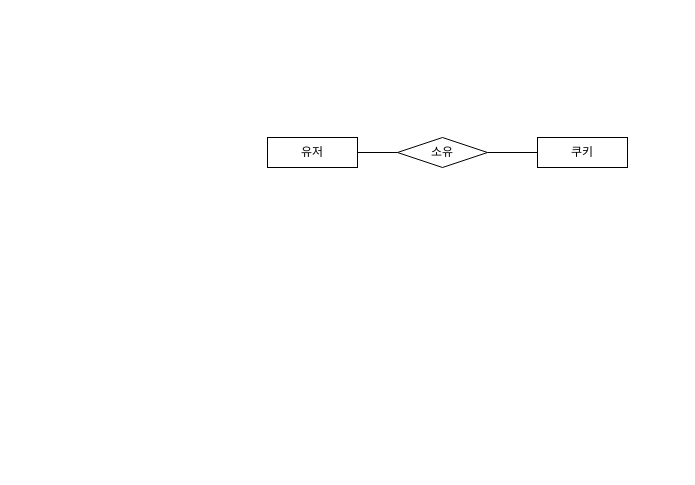
The draw.io diagram 제목 없는 다이어그램.drawio in breeze234/web1, before the edit. Source tidied: cells renumbered, new cells numbered last; positions are measured from the earlier drawing's top-left corner, leaving out a move shared by most shapes. Both pictures are drawn from the tidied source at 100%, with x=0, y=0 at pixel (267, 137).
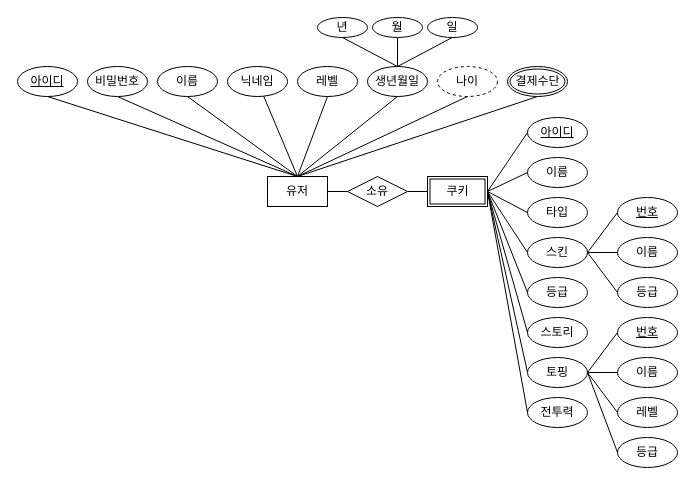
After the change.

Commit message (it also covers changes not shown here):
ER모델.drawio 업데이트

The edit, as a diff of the source:
```diff
@@
+    <mxCell id="6" style="whiteSpace=wrap;html=1;" parent="1" vertex="1">
+      <mxGeometry x="160" y="39" width="60" height="30" as="geometry" />
+    </mxCell>
-    <mxCell id="2" style="edgeStyle=orthogonalEdgeStyle;rounded=0;jettySize=auto;html=1;endArrow=none;endFill=0;" parent="1" edge="1" source="3" target="5">
-      <mxGeometry relative="1" as="geometry" />
+    <mxCell id="2" style="edgeStyle=orthogonalEdgeStyle;rounded=0;jettySize=auto;html=1;endArrow=none;endFill=0;" parent="1" edge="1" source="3">
+      <mxGeometry relative="1" as="geometry">
+        <mxPoint x="80" y="54" as="targetPoint" />
+      </mxGeometry>
     </mxCell>
+    <mxCell id="7" style="shape=connector;rounded=0;jettySize=auto;html=1;labelBackgroundColor=default;strokeColor=default;fontFamily=Helvetica;fontSize=11;fontColor=default;endArrow=none;endFill=0;" parent="1" edge="1" target="9">
+      <mxGeometry relative="1" as="geometry">
+        <mxPoint x="30" y="39" as="sourcePoint" />
+      </mxGeometry>
+    </mxCell>
     <mxCell id="3" value="유저" style="whiteSpace=wrap;html=1;align=center;" parent="1" vertex="1">
-      <mxGeometry width="90" height="30" as="geometry" />
+      <mxGeometry y="39" width="60" height="30" as="geometry" />
     </mxCell>
-    <mxCell id="4" style="edgeStyle=orthogonalEdgeStyle;shape=connector;rounded=0;jettySize=auto;html=1;labelBackgroundColor=default;strokeColor=default;fontFamily=Helvetica;fontSize=11;fontColor=default;endArrow=none;endFill=0;" parent="1" edge="1" source="5" target="6">
-      <mxGeometry relative="1" as="geometry" />
+    <mxCell id="4" style="edgeStyle=orthogonalEdgeStyle;shape=connector;rounded=0;orthogonalLoop=1;jettySize=auto;html=1;labelBackgroundColor=default;strokeColor=default;fontFamily=Helvetica;fontSize=11;fontColor=default;endArrow=none;endFill=0;" parent="1" edge="1">
+      <mxGeometry relative="1" as="geometry">
+        <mxPoint x="140" y="54" as="sourcePoint" />
+        <mxPoint x="160" y="54" as="targetPoint" />
+      </mxGeometry>
     </mxCell>
     <mxCell id="5" value="소유" style="rhombus;whiteSpace=wrap;html=1;" parent="1" vertex="1">
-      <mxGeometry x="130" width="90" height="30" as="geometry" />
+      <mxGeometry x="80" y="39" width="60" height="30" as="geometry" />
     </mxCell>
-    <mxCell id="6" value="쿠키" style="whiteSpace=wrap;html=1;" parent="1" vertex="1">
-      <mxGeometry x="270" width="90" height="30" as="geometry" />
-    </mxCell>
+    <mxCell id="8" style="shape=connector;rounded=0;jettySize=auto;html=1;labelBackgroundColor=default;strokeColor=default;fontFamily=Helvetica;fontSize=11;fontColor=default;endArrow=none;endFill=0;exitX=0.5;exitY=0;exitDx=0;exitDy=0;entryX=0.5;entryY=1;entryDx=0;entryDy=0;" parent="1" edge="1" source="3" target="11">
+      <mxGeometry relative="1" as="geometry" />
+    </mxCell>
+    <mxCell id="9" value="닉네임" style="ellipse;whiteSpace=wrap;html=1;" parent="1" vertex="1">
+      <mxGeometry x="-40" y="-71" width="60" height="30" as="geometry" />
+    </mxCell>
+    <mxCell id="10" style="shape=connector;rounded=0;jettySize=auto;html=1;labelBackgroundColor=default;strokeColor=default;fontFamily=Helvetica;fontSize=11;fontColor=default;endArrow=none;endFill=0;entryX=0.5;entryY=1;entryDx=0;entryDy=0;exitX=0.5;exitY=0;exitDx=0;exitDy=0;" parent="1" edge="1" source="3" target="13">
+      <mxGeometry relative="1" as="geometry" />
+    </mxCell>
+    <mxCell id="11" value="이름" style="ellipse;whiteSpace=wrap;html=1;" parent="1" vertex="1">
+      <mxGeometry x="-110" y="-71" width="60" height="30" as="geometry" />
+    </mxCell>
+    <mxCell id="12" style="shape=connector;rounded=0;jettySize=auto;html=1;labelBackgroundColor=default;strokeColor=default;fontFamily=Helvetica;fontSize=11;fontColor=default;endArrow=none;endFill=0;entryX=0.5;entryY=1;entryDx=0;entryDy=0;exitX=0.5;exitY=0;exitDx=0;exitDy=0;" parent="1" edge="1" source="3" target="14">
+      <mxGeometry relative="1" as="geometry" />
+    </mxCell>
+    <mxCell id="13" value="비밀번호" style="ellipse;whiteSpace=wrap;html=1;" parent="1" vertex="1">
+      <mxGeometry x="-180" y="-71" width="60" height="30" as="geometry" />
+    </mxCell>
+    <mxCell id="14" value="&lt;u&gt;아이디&lt;/u&gt;" style="ellipse;whiteSpace=wrap;html=1;" parent="1" vertex="1">
+      <mxGeometry x="-250" y="-71" width="60" height="30" as="geometry" />
+    </mxCell>
+    <mxCell id="15" value="레벨" style="ellipse;whiteSpace=wrap;html=1;" parent="1" vertex="1">
+      <mxGeometry x="30" y="-71" width="60" height="30" as="geometry" />
+    </mxCell>
+    <mxCell id="16" value="생년월일" style="ellipse;whiteSpace=wrap;html=1;" parent="1" vertex="1">
+      <mxGeometry x="100" y="-71" width="60" height="30" as="geometry" />
+    </mxCell>
+    <mxCell id="17" value="나이" style="ellipse;whiteSpace=wrap;html=1;dashed=1;" parent="1" vertex="1">
+      <mxGeometry x="170" y="-71" width="60" height="30" as="geometry" />
+    </mxCell>
+    <mxCell id="18" style="ellipse;whiteSpace=wrap;html=1;" parent="1" vertex="1">
+      <mxGeometry x="240" y="-71" width="60" height="30" as="geometry" />
+    </mxCell>
+    <mxCell id="19" style="shape=connector;rounded=0;jettySize=auto;html=1;labelBackgroundColor=default;strokeColor=default;fontFamily=Helvetica;fontSize=11;fontColor=default;endArrow=none;endFill=0;exitX=0.5;exitY=0;exitDx=0;exitDy=0;entryX=0.5;entryY=1;entryDx=0;entryDy=0;" parent="1" edge="1" source="3" target="15">
+      <mxGeometry relative="1" as="geometry" />
+    </mxCell>
+    <mxCell id="20" style="shape=connector;rounded=0;orthogonalLoop=1;jettySize=auto;html=1;labelBackgroundColor=default;strokeColor=default;fontFamily=Helvetica;fontSize=11;fontColor=default;endArrow=none;endFill=0;entryX=0.5;entryY=1;entryDx=0;entryDy=0;" parent="1" edge="1">
+      <mxGeometry relative="1" as="geometry">
+        <mxPoint x="30" y="39" as="sourcePoint" />
+        <mxPoint x="130" y="-41" as="targetPoint" />
+      </mxGeometry>
+    </mxCell>
+    <mxCell id="21" style="shape=connector;rounded=0;orthogonalLoop=1;jettySize=auto;html=1;labelBackgroundColor=default;strokeColor=default;fontFamily=Helvetica;fontSize=11;fontColor=default;endArrow=none;endFill=0;entryX=0.5;entryY=1;entryDx=0;entryDy=0;" parent="1" edge="1">
+      <mxGeometry relative="1" as="geometry">
+        <mxPoint x="30" y="39" as="sourcePoint" />
+        <mxPoint x="200" y="-41" as="targetPoint" />
+      </mxGeometry>
+    </mxCell>
+    <mxCell id="22" style="shape=connector;rounded=0;jettySize=auto;html=1;labelBackgroundColor=default;strokeColor=default;fontFamily=Helvetica;fontSize=11;fontColor=default;endArrow=none;endFill=0;entryX=0.5;entryY=1;entryDx=0;entryDy=0;exitX=0.5;exitY=0;exitDx=0;exitDy=0;" parent="1" edge="1" source="3">
+      <mxGeometry relative="1" as="geometry">
+        <mxPoint x="270" y="-41" as="targetPoint" />
+      </mxGeometry>
+    </mxCell>
+    <mxCell id="23" value="쿠키" style="whiteSpace=wrap;html=1;" parent="1" vertex="1">
+      <mxGeometry x="162.5" y="41.5" width="55" height="25" as="geometry" />
+    </mxCell>
+    <mxCell id="24" value="결제수단" style="ellipse;whiteSpace=wrap;html=1;" parent="1" vertex="1">
+      <mxGeometry x="242.5" y="-68.5" width="55" height="25" as="geometry" />
+    </mxCell>
+    <mxCell id="25" style="edgeStyle=none;shape=connector;rounded=0;jettySize=auto;html=1;labelBackgroundColor=default;strokeColor=default;fontFamily=Helvetica;fontSize=11;fontColor=default;endArrow=none;endFill=0;entryX=0.5;entryY=0;entryDx=0;entryDy=0;" parent="1" edge="1" source="26" target="16">
+      <mxGeometry relative="1" as="geometry" />
+    </mxCell>
+    <mxCell id="26" value="월" style="ellipse;whiteSpace=wrap;html=1;" parent="1" vertex="1">
+      <mxGeometry x="105" y="-120" width="50" height="20" as="geometry" />
+    </mxCell>
+    <mxCell id="27" value="년" style="ellipse;whiteSpace=wrap;html=1;" parent="1" vertex="1">
+      <mxGeometry x="50" y="-120" width="50" height="20" as="geometry" />
+    </mxCell>
+    <mxCell id="28" style="edgeStyle=none;shape=connector;rounded=0;jettySize=auto;html=1;labelBackgroundColor=default;strokeColor=default;fontFamily=Helvetica;fontSize=11;fontColor=default;endArrow=none;endFill=0;entryX=0.5;entryY=0;entryDx=0;entryDy=0;" parent="1" edge="1" target="16">
+      <mxGeometry relative="1" as="geometry">
+        <mxPoint x="75" y="-100" as="sourcePoint" />
+      </mxGeometry>
+    </mxCell>
+    <mxCell id="29" value="일" style="ellipse;whiteSpace=wrap;html=1;" parent="1" vertex="1">
+      <mxGeometry x="160" y="-120" width="50" height="20" as="geometry" />
+    </mxCell>
+    <mxCell id="30" style="edgeStyle=none;shape=connector;rounded=0;jettySize=auto;html=1;labelBackgroundColor=default;strokeColor=default;fontFamily=Helvetica;fontSize=11;fontColor=default;endArrow=none;endFill=0;entryX=0.5;entryY=0;entryDx=0;entryDy=0;" parent="1" edge="1" target="16">
+      <mxGeometry relative="1" as="geometry">
+        <mxPoint x="184.8" y="-100" as="sourcePoint" />
+      </mxGeometry>
+    </mxCell>
+    <mxCell id="31" value="&lt;u&gt;아이디&lt;/u&gt;" style="ellipse;whiteSpace=wrap;html=1;" parent="1" vertex="1">
+      <mxGeometry x="260" y="-20" width="60" height="30" as="geometry" />
+    </mxCell>
+    <mxCell id="32" style="shape=connector;rounded=0;jettySize=auto;html=1;labelBackgroundColor=default;strokeColor=default;fontFamily=Helvetica;fontSize=11;fontColor=default;endArrow=none;endFill=0;entryX=0;entryY=0.5;entryDx=0;entryDy=0;exitX=1;exitY=0.5;exitDx=0;exitDy=0;" parent="1" edge="1" source="6" target="31">
+      <mxGeometry relative="1" as="geometry" />
+    </mxCell>
+    <mxCell id="33" value="이름" style="ellipse;whiteSpace=wrap;html=1;" parent="1" vertex="1">
+      <mxGeometry x="260" y="20" width="60" height="30" as="geometry" />
+    </mxCell>
+    <mxCell id="34" style="shape=connector;rounded=0;jettySize=auto;html=1;labelBackgroundColor=default;strokeColor=default;fontFamily=Helvetica;fontSize=11;fontColor=default;endArrow=none;endFill=0;entryX=0;entryY=0.5;entryDx=0;entryDy=0;exitX=1;exitY=0.5;exitDx=0;exitDy=0;" parent="1" edge="1" source="6" target="33">
+      <mxGeometry relative="1" as="geometry" />
+    </mxCell>
+    <mxCell id="35" value="타입" style="ellipse;whiteSpace=wrap;html=1;" parent="1" vertex="1">
+      <mxGeometry x="260" y="60" width="60" height="30" as="geometry" />
+    </mxCell>
+    <mxCell id="36" style="shape=connector;rounded=0;jettySize=auto;html=1;labelBackgroundColor=default;strokeColor=default;fontFamily=Helvetica;fontSize=11;fontColor=default;endArrow=none;endFill=0;entryX=0;entryY=0.5;entryDx=0;entryDy=0;exitX=1;exitY=0.5;exitDx=0;exitDy=0;" parent="1" edge="1" source="6" target="35">
+      <mxGeometry relative="1" as="geometry" />
+    </mxCell>
+    <mxCell id="37" value="스킨" style="ellipse;whiteSpace=wrap;html=1;" parent="1" vertex="1">
+      <mxGeometry x="260" y="100" width="60" height="30" as="geometry" />
+    </mxCell>
+    <mxCell id="38" style="shape=connector;rounded=0;jettySize=auto;html=1;labelBackgroundColor=default;strokeColor=default;fontFamily=Helvetica;fontSize=11;fontColor=default;endArrow=none;endFill=0;entryX=0;entryY=0.5;entryDx=0;entryDy=0;exitX=1;exitY=0.5;exitDx=0;exitDy=0;" parent="1" edge="1" source="6" target="37">
+      <mxGeometry relative="1" as="geometry" />
+    </mxCell>
+    <mxCell id="39" value="등급" style="ellipse;whiteSpace=wrap;html=1;" parent="1" vertex="1">
+      <mxGeometry x="260" y="140" width="60" height="30" as="geometry" />
+    </mxCell>
+    <mxCell id="40" style="shape=connector;rounded=0;jettySize=auto;html=1;labelBackgroundColor=default;strokeColor=default;fontFamily=Helvetica;fontSize=11;fontColor=default;endArrow=none;endFill=0;entryX=0;entryY=0.5;entryDx=0;entryDy=0;exitX=1;exitY=0.5;exitDx=0;exitDy=0;" parent="1" edge="1" source="6" target="39">
+      <mxGeometry relative="1" as="geometry" />
+    </mxCell>
+    <mxCell id="41" value="스토리" style="ellipse;whiteSpace=wrap;html=1;" parent="1" vertex="1">
+      <mxGeometry x="260" y="180" width="60" height="30" as="geometry" />
+    </mxCell>
+    <mxCell id="42" style="shape=connector;rounded=0;jettySize=auto;html=1;labelBackgroundColor=default;strokeColor=default;fontFamily=Helvetica;fontSize=11;fontColor=default;endArrow=none;endFill=0;entryX=0;entryY=0.5;entryDx=0;entryDy=0;exitX=1;exitY=0.5;exitDx=0;exitDy=0;" parent="1" edge="1" source="6" target="41">
+      <mxGeometry relative="1" as="geometry" />
+    </mxCell>
+    <mxCell id="43" style="shape=connector;rounded=0;jettySize=auto;html=1;labelBackgroundColor=default;strokeColor=default;fontFamily=Helvetica;fontSize=11;fontColor=default;endArrow=none;endFill=0;entryX=0;entryY=0.5;entryDx=0;entryDy=0;exitX=1;exitY=0.5;exitDx=0;exitDy=0;" parent="1" edge="1" source="6" target="44">
+      <mxGeometry relative="1" as="geometry" />
+    </mxCell>
+    <mxCell id="44" value="토핑" style="ellipse;whiteSpace=wrap;html=1;" parent="1" vertex="1">
+      <mxGeometry x="260" y="220" width="60" height="30" as="geometry" />
+    </mxCell>
+    <mxCell id="45" value="전투력" style="ellipse;whiteSpace=wrap;html=1;" parent="1" vertex="1">
+      <mxGeometry x="260" y="260" width="60" height="30" as="geometry" />
+    </mxCell>
+    <mxCell id="46" style="shape=connector;rounded=0;jettySize=auto;html=1;labelBackgroundColor=default;strokeColor=default;fontFamily=Helvetica;fontSize=11;fontColor=default;endArrow=none;endFill=0;entryX=0;entryY=0.5;entryDx=0;entryDy=0;exitX=1;exitY=0.5;exitDx=0;exitDy=0;" parent="1" edge="1" source="6" target="45">
+      <mxGeometry relative="1" as="geometry" />
+    </mxCell>
+    <mxCell id="47" value="이름" style="ellipse;whiteSpace=wrap;html=1;" parent="1" vertex="1">
+      <mxGeometry x="350" y="100" width="60" height="30" as="geometry" />
+    </mxCell>
+    <mxCell id="48" style="shape=connector;rounded=0;jettySize=auto;html=1;labelBackgroundColor=default;strokeColor=default;fontFamily=Helvetica;fontSize=11;fontColor=default;endArrow=none;endFill=0;entryX=0;entryY=0.5;entryDx=0;entryDy=0;exitX=1;exitY=0.5;exitDx=0;exitDy=0;" parent="1" edge="1" source="37" target="47">
+      <mxGeometry relative="1" as="geometry" />
+    </mxCell>
+    <mxCell id="49" value="&lt;u&gt;번호&lt;/u&gt;" style="ellipse;whiteSpace=wrap;html=1;" parent="1" vertex="1">
+      <mxGeometry x="350" y="60" width="60" height="30" as="geometry" />
+    </mxCell>
+    <mxCell id="50" style="shape=connector;rounded=0;jettySize=auto;html=1;labelBackgroundColor=default;strokeColor=default;fontFamily=Helvetica;fontSize=11;fontColor=default;endArrow=none;endFill=0;entryX=0;entryY=0.5;entryDx=0;entryDy=0;exitX=1;exitY=0.5;exitDx=0;exitDy=0;" parent="1" edge="1" source="37" target="49">
+      <mxGeometry relative="1" as="geometry" />
+    </mxCell>
+    <mxCell id="51" value="등급" style="ellipse;whiteSpace=wrap;html=1;" parent="1" vertex="1">
+      <mxGeometry x="350" y="140" width="60" height="30" as="geometry" />
+    </mxCell>
+    <mxCell id="52" style="shape=connector;rounded=0;jettySize=auto;html=1;labelBackgroundColor=default;strokeColor=default;fontFamily=Helvetica;fontSize=11;fontColor=default;endArrow=none;endFill=0;entryX=0;entryY=0.5;entryDx=0;entryDy=0;exitX=1;exitY=0.5;exitDx=0;exitDy=0;" parent="1" edge="1" source="37" target="51">
+      <mxGeometry relative="1" as="geometry" />
+    </mxCell>
+    <mxCell id="53" value="&lt;u&gt;번호&lt;/u&gt;" style="ellipse;whiteSpace=wrap;html=1;" parent="1" vertex="1">
+      <mxGeometry x="350" y="180" width="60" height="30" as="geometry" />
+    </mxCell>
+    <mxCell id="54" style="shape=connector;rounded=0;jettySize=auto;html=1;labelBackgroundColor=default;strokeColor=default;fontFamily=Helvetica;fontSize=11;fontColor=default;endArrow=none;endFill=0;entryX=0;entryY=0.5;entryDx=0;entryDy=0;exitX=1;exitY=0.5;exitDx=0;exitDy=0;" parent="1" edge="1" target="53">
+      <mxGeometry relative="1" as="geometry">
+        <mxPoint x="320" y="235" as="sourcePoint" />
+      </mxGeometry>
+    </mxCell>
+    <mxCell id="55" value="이름" style="ellipse;whiteSpace=wrap;html=1;" parent="1" vertex="1">
+      <mxGeometry x="350" y="220" width="60" height="30" as="geometry" />
+    </mxCell>
+    <mxCell id="56" style="shape=connector;rounded=0;jettySize=auto;html=1;labelBackgroundColor=default;strokeColor=default;fontFamily=Helvetica;fontSize=11;fontColor=default;endArrow=none;endFill=0;entryX=0;entryY=0.5;entryDx=0;entryDy=0;exitX=1;exitY=0.5;exitDx=0;exitDy=0;" parent="1" edge="1" target="55">
+      <mxGeometry relative="1" as="geometry">
+        <mxPoint x="320" y="235" as="sourcePoint" />
+      </mxGeometry>
+    </mxCell>
+    <mxCell id="57" value="레벨" style="ellipse;whiteSpace=wrap;html=1;" parent="1" vertex="1">
+      <mxGeometry x="350" y="260" width="60" height="30" as="geometry" />
+    </mxCell>
+    <mxCell id="58" style="shape=connector;rounded=0;jettySize=auto;html=1;labelBackgroundColor=default;strokeColor=default;fontFamily=Helvetica;fontSize=11;fontColor=default;endArrow=none;endFill=0;entryX=0;entryY=0.5;entryDx=0;entryDy=0;exitX=1;exitY=0.5;exitDx=0;exitDy=0;" parent="1" edge="1" target="57">
+      <mxGeometry relative="1" as="geometry">
+        <mxPoint x="320" y="235" as="sourcePoint" />
+      </mxGeometry>
+    </mxCell>
+    <mxCell id="59" value="등급" style="ellipse;whiteSpace=wrap;html=1;" parent="1" vertex="1">
+      <mxGeometry x="350" y="300" width="60" height="30" as="geometry" />
+    </mxCell>
+    <mxCell id="60" style="shape=connector;rounded=0;jettySize=auto;html=1;labelBackgroundColor=default;strokeColor=default;fontFamily=Helvetica;fontSize=11;fontColor=default;endArrow=none;endFill=0;entryX=0;entryY=0.5;entryDx=0;entryDy=0;exitX=1;exitY=0.5;exitDx=0;exitDy=0;" parent="1" edge="1" source="44" target="59">
+      <mxGeometry relative="1" as="geometry" />
+    </mxCell>
```
